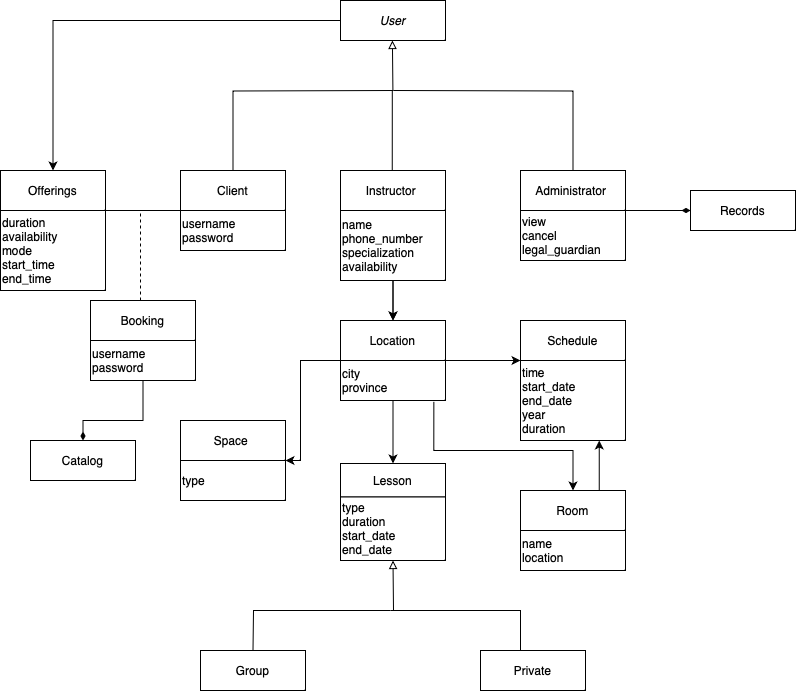
This is Phase2/UMLDomainModel.png from Michael-porato/SOEN_342_project, a draw.io export, as it was before one commit. Source tidied: cells renumbered, new cells last; positions are measured from the earlier drawing's top-left corner, leaving out a move shared by most shapes.
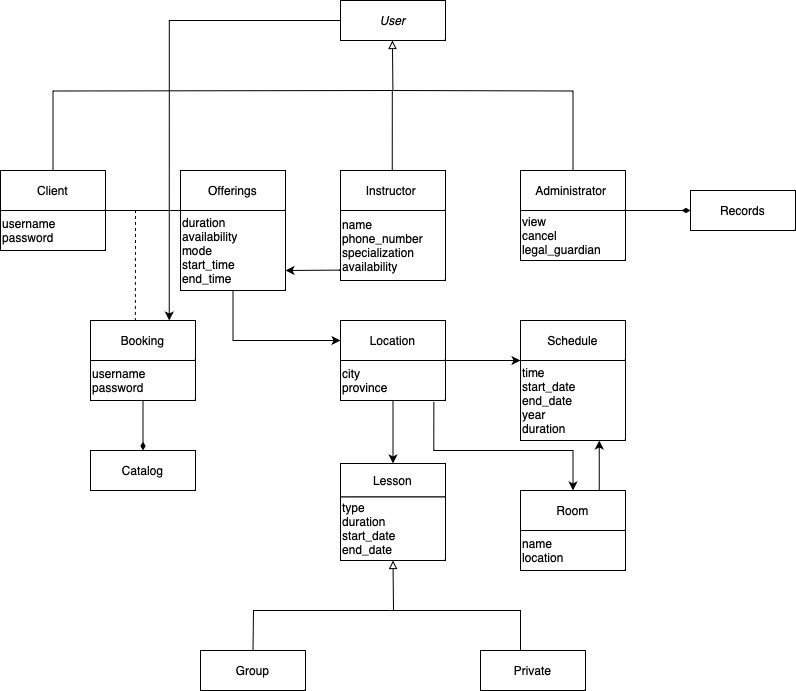
Later version of the same file.

Diff of the diagram source:
```diff
@@ -9,11 +9,8 @@
       <mxGeometry x="340" y="496.5" width="105" height="63.5" as="geometry" />
     </mxCell>
     <mxCell id="4" value="Offerings" style="rounded=0;whiteSpace=wrap;html=1;" parent="1" vertex="1">
-      <mxGeometry y="170" width="105" height="40" as="geometry" />
+      <mxGeometry x="180" y="170" width="105" height="40" as="geometry" />
     </mxCell>
-    <mxCell id="5" value="Space&amp;nbsp;" style="rounded=0;whiteSpace=wrap;html=1;" parent="1" vertex="1">
-      <mxGeometry x="180" y="420" width="105" height="40" as="geometry" />
-    </mxCell>
     <mxCell id="6" value="Location" style="rounded=0;whiteSpace=wrap;html=1;" parent="1" vertex="1">
       <mxGeometry x="340" y="320" width="105" height="40" as="geometry" />
     </mxCell>
@@ -51,23 +48,12 @@
         </Array>
       </mxGeometry>
     </mxCell>
-    <mxCell id="14" style="edgeStyle=orthogonalEdgeStyle;rounded=0;jettySize=auto;html=1;exitX=0;exitY=0;exitDx=0;exitDy=0;entryX=1;entryY=0;entryDx=0;entryDy=0;" parent="1" edge="1" source="15" target="17">
-      <mxGeometry relative="1" as="geometry">
-        <Array as="points">
-          <mxPoint x="300" y="360" />
-          <mxPoint x="300" y="460" />
-        </Array>
-      </mxGeometry>
-    </mxCell>
     <mxCell id="15" value="city&lt;div&gt;province&lt;/div&gt;" style="rounded=0;whiteSpace=wrap;html=1;align=left;" parent="1" vertex="1">
       <mxGeometry x="340" y="360" width="105" height="40" as="geometry" />
     </mxCell>
     <mxCell id="16" style="endArrow=classic;html=1;rounded=0;exitX=1;exitY=0;exitDx=0;exitDy=0;entryX=0;entryY=1;entryDx=0;entryDy=0;" parent="1" edge="1" source="15" target="7">
       <mxGeometry relative="1" as="geometry" />
     </mxCell>
-    <mxCell id="17" value="type" style="rounded=0;whiteSpace=wrap;html=1;align=left;" parent="1" vertex="1">
-      <mxGeometry x="180" y="460" width="105" height="40" as="geometry" />
-    </mxCell>
     <mxCell id="18" style="edgeStyle=orthogonalEdgeStyle;rounded=0;jettySize=auto;html=1;entryX=0.5;entryY=0;entryDx=0;entryDy=0;exitX=0.889;exitY=1.033;exitDx=0;exitDy=0;exitPerimeter=0;" parent="1" edge="1" source="15" target="26">
       <mxGeometry relative="1" as="geometry">
         <Array as="points">
@@ -79,17 +65,25 @@
     <mxCell id="19" value="&lt;div&gt;time&lt;/div&gt;&lt;div&gt;start_date&lt;/div&gt;&lt;div&gt;end_date&lt;/div&gt;&lt;div&gt;year&lt;/div&gt;&lt;div&gt;duration&lt;/div&gt;" style="rounded=0;whiteSpace=wrap;html=1;align=left;" parent="1" vertex="1">
       <mxGeometry x="520" y="360" width="105" height="80" as="geometry" />
     </mxCell>
-    <mxCell id="20" style="edgeStyle=orthogonalEdgeStyle;rounded=0;jettySize=auto;html=1;" parent="1" edge="1" source="21" target="6">
-      <mxGeometry relative="1" as="geometry" />
-    </mxCell>
+    <mxCell id="46" style="edgeStyle=orthogonalEdgeStyle;rounded=0;jettySize=auto;html=1;exitX=-0.011;exitY=0.851;exitDx=0;exitDy=0;entryX=1;entryY=0.75;entryDx=0;entryDy=0;exitPerimeter=0;" parent="1" edge="1" source="21" target="23">
+      <mxGeometry relative="1" as="geometry">
+        <Array as="points">
+          <mxPoint x="340" y="270" />
+        </Array>
+      </mxGeometry>
+    </mxCell>
     <mxCell id="21" value="name&lt;div&gt;&lt;div&gt;phone_number&lt;/div&gt;&lt;div&gt;specialization&lt;/div&gt;&lt;div&gt;availability&lt;/div&gt;&lt;/div&gt;" style="rounded=0;whiteSpace=wrap;html=1;align=left;" parent="1" vertex="1">
       <mxGeometry x="340" y="210" width="105" height="70" as="geometry" />
     </mxCell>
-    <mxCell id="22" style="endArrow=classic;html=1;rounded=0;entryX=0.5;entryY=0;entryDx=0;entryDy=0;exitX=0.5;exitY=1;exitDx=0;exitDy=0;" parent="1" edge="1" source="21" target="6">
-      <mxGeometry relative="1" as="geometry" />
-    </mxCell>
+    <mxCell id="47" style="edgeStyle=orthogonalEdgeStyle;rounded=0;jettySize=auto;html=1;exitX=0.5;exitY=1;exitDx=0;exitDy=0;entryX=0;entryY=0.5;entryDx=0;entryDy=0;" parent="1" edge="1" source="23" target="6">
+      <mxGeometry relative="1" as="geometry">
+        <Array as="points">
+          <mxPoint x="233" y="340" />
+        </Array>
+      </mxGeometry>
+    </mxCell>
     <mxCell id="23" value="&lt;div&gt;duration&lt;/div&gt;&lt;div&gt;availability&lt;/div&gt;&lt;div&gt;mode&lt;/div&gt;&lt;div&gt;start_time&lt;/div&gt;&lt;div&gt;end_time&lt;/div&gt;" style="rounded=0;whiteSpace=wrap;html=1;align=left;" parent="1" vertex="1">
-      <mxGeometry y="210" width="105" height="80" as="geometry" />
+      <mxGeometry x="180" y="210" width="105" height="80" as="geometry" />
     </mxCell>
     <mxCell id="24" style="endArrow=classic;html=1;rounded=0;entryX=0.5;entryY=0;entryDx=0;entryDy=0;exitX=0.5;exitY=1;exitDx=0;exitDy=0;" parent="1" edge="1" source="15" target="2">
       <mxGeometry relative="1" as="geometry" />
@@ -104,10 +98,10 @@
       <mxGeometry x="520" y="530" width="105" height="40" as="geometry" />
     </mxCell>
     <mxCell id="28" value="Client" style="rounded=0;whiteSpace=wrap;html=1;" parent="1" vertex="1">
-      <mxGeometry x="180" y="170" width="105" height="40" as="geometry" />
+      <mxGeometry y="170" width="105" height="40" as="geometry" />
     </mxCell>
     <mxCell id="29" value="username&lt;div&gt;password&lt;/div&gt;" style="rounded=0;whiteSpace=wrap;html=1;align=left;" parent="1" vertex="1">
-      <mxGeometry x="180" y="210" width="105" height="40" as="geometry" />
+      <mxGeometry y="210" width="105" height="40" as="geometry" />
     </mxCell>
     <mxCell id="30" value="Administrator&amp;nbsp;" style="rounded=0;whiteSpace=wrap;html=1;" parent="1" vertex="1">
       <mxGeometry x="520" y="170" width="105" height="40" as="geometry" />
@@ -126,7 +120,7 @@
     <mxCell id="33" value="Records" style="rounded=0;whiteSpace=wrap;html=1;" parent="1" vertex="1">
       <mxGeometry x="690" y="190" width="105" height="40" as="geometry" />
     </mxCell>
-    <mxCell id="34" style="edgeStyle=orthogonalEdgeStyle;rounded=0;jettySize=auto;html=1;exitX=0;exitY=0.5;exitDx=0;exitDy=0;" parent="1" edge="1" source="38" target="4">
+    <mxCell id="34" style="edgeStyle=orthogonalEdgeStyle;rounded=0;jettySize=auto;html=1;exitX=0;exitY=0.5;exitDx=0;exitDy=0;entryX=0.75;entryY=0;entryDx=0;entryDy=0;" parent="1" edge="1" source="38" target="42">
       <mxGeometry relative="1" as="geometry" />
     </mxCell>
     <mxCell id="35" style="edgeStyle=orthogonalEdgeStyle;rounded=0;jettySize=auto;html=1;entryX=0.5;entryY=0;entryDx=0;entryDy=0;endArrow=none;endFill=0;" parent="1" edge="1" target="28">
@@ -158,31 +152,29 @@
         <mxPoint x="391.9" y="40" as="targetPoint" />
       </mxGeometry>
     </mxCell>
-    <mxCell id="40" style="endArrow=none;html=1;rounded=0;entryX=0;entryY=0;entryDx=0;entryDy=0;exitX=1;exitY=0;exitDx=0;exitDy=0;" parent="1" edge="1" source="23" target="29">
+    <mxCell id="40" style="endArrow=none;html=1;rounded=0;entryX=1;entryY=0;entryDx=0;entryDy=0;exitX=0;exitY=0;exitDx=0;exitDy=0;" parent="1" edge="1" source="23" target="29">
       <mxGeometry relative="1" as="geometry" />
     </mxCell>
-    <mxCell id="41" style="endArrow=none;dashed=1;html=1;rounded=0;" parent="1" edge="1">
+    <mxCell id="41" style="endArrow=none;dashed=1;html=1;rounded=0;exitX=0.427;exitY=0.011;exitDx=0;exitDy=0;exitPerimeter=0;" parent="1" edge="1" source="42">
       <mxGeometry relative="1" as="geometry">
-        <mxPoint x="140" y="300" as="sourcePoint" />
-        <mxPoint x="140" y="210" as="targetPoint" />
+        <mxPoint x="135" y="210" as="targetPoint" />
       </mxGeometry>
     </mxCell>
     <mxCell id="42" value="Booking" style="rounded=0;whiteSpace=wrap;html=1;" parent="1" vertex="1">
-      <mxGeometry x="90" y="300" width="105" height="40" as="geometry" />
+      <mxGeometry x="90" y="320" width="105" height="40" as="geometry" />
     </mxCell>
     <mxCell id="43" value="Catalog" style="rounded=0;whiteSpace=wrap;html=1;" parent="1" vertex="1">
-      <mxGeometry x="30" y="440" width="105" height="40" as="geometry" />
+      <mxGeometry x="90" y="450" width="105" height="40" as="geometry" />
     </mxCell>
     <mxCell id="44" style="edgeStyle=orthogonalEdgeStyle;rounded=0;jettySize=auto;html=1;entryX=0.5;entryY=0;entryDx=0;entryDy=0;endArrow=diamondThin;endFill=1;exitX=0.5;exitY=1;exitDx=0;exitDy=0;" parent="1" edge="1" source="45" target="43">
       <mxGeometry relative="1" as="geometry">
         <Array as="points">
-          <mxPoint x="143" y="420" />
-          <mxPoint x="83" y="420" />
+          <mxPoint x="143" y="440" />
         </Array>
       </mxGeometry>
     </mxCell>
     <mxCell id="45" value="username&lt;div&gt;password&lt;/div&gt;" style="rounded=0;whiteSpace=wrap;html=1;align=left;" parent="1" vertex="1">
-      <mxGeometry x="90" y="340" width="105" height="40" as="geometry" />
+      <mxGeometry x="90" y="360" width="105" height="40" as="geometry" />
     </mxCell>
   </root>
 </mxGraphModel>
```
